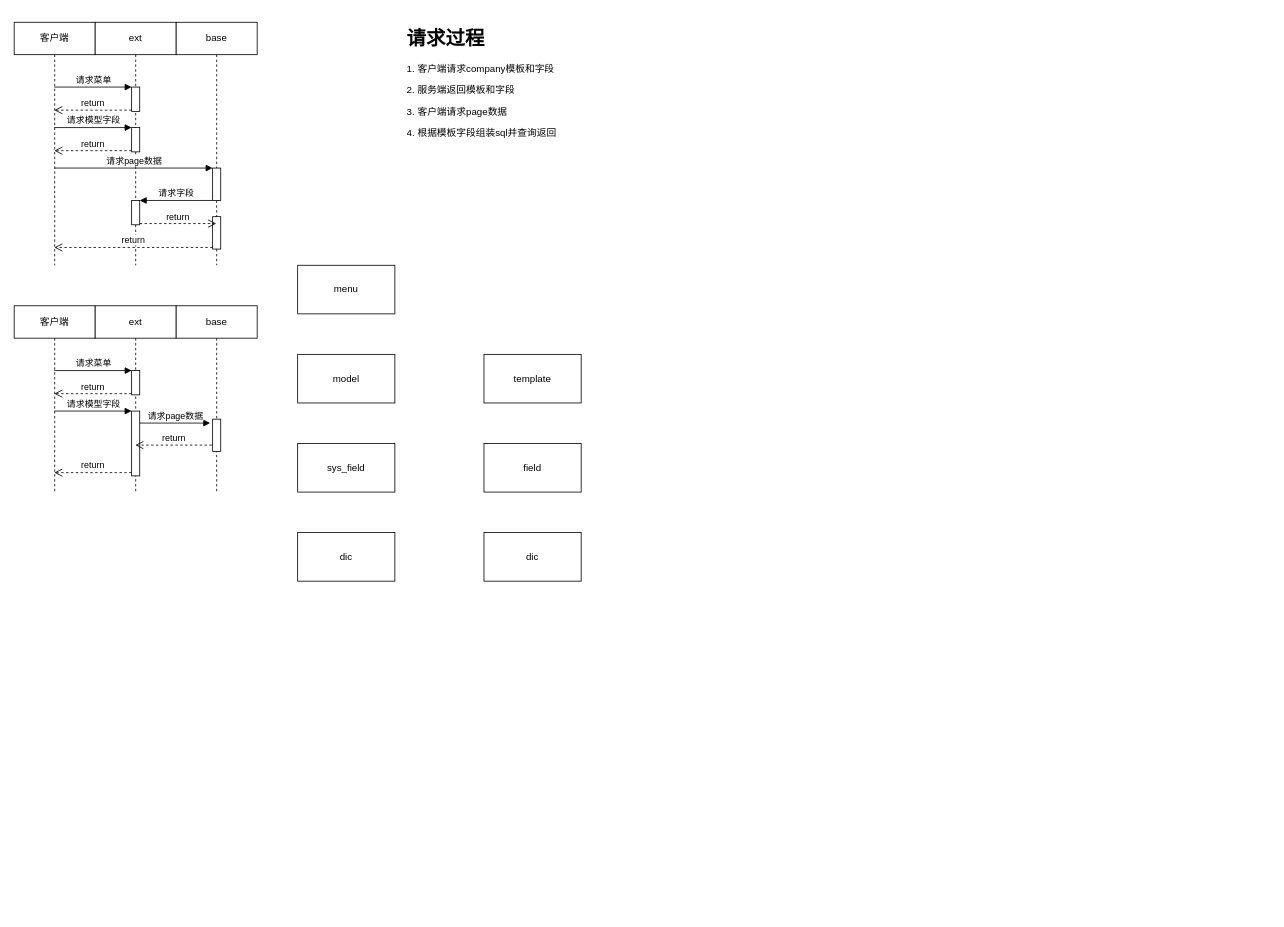
The draw.io diagram 自定义字段.drawio in lipeng260/drawio, before the edit. Source tidied: cells renumbered, new cells numbered last; positions are measured from the earlier drawing's top-left corner, leaving out a move shared by most shapes. Both pictures are drawn from the tidied source at 81%, with x=0, y=0 at pixel (14, 22).
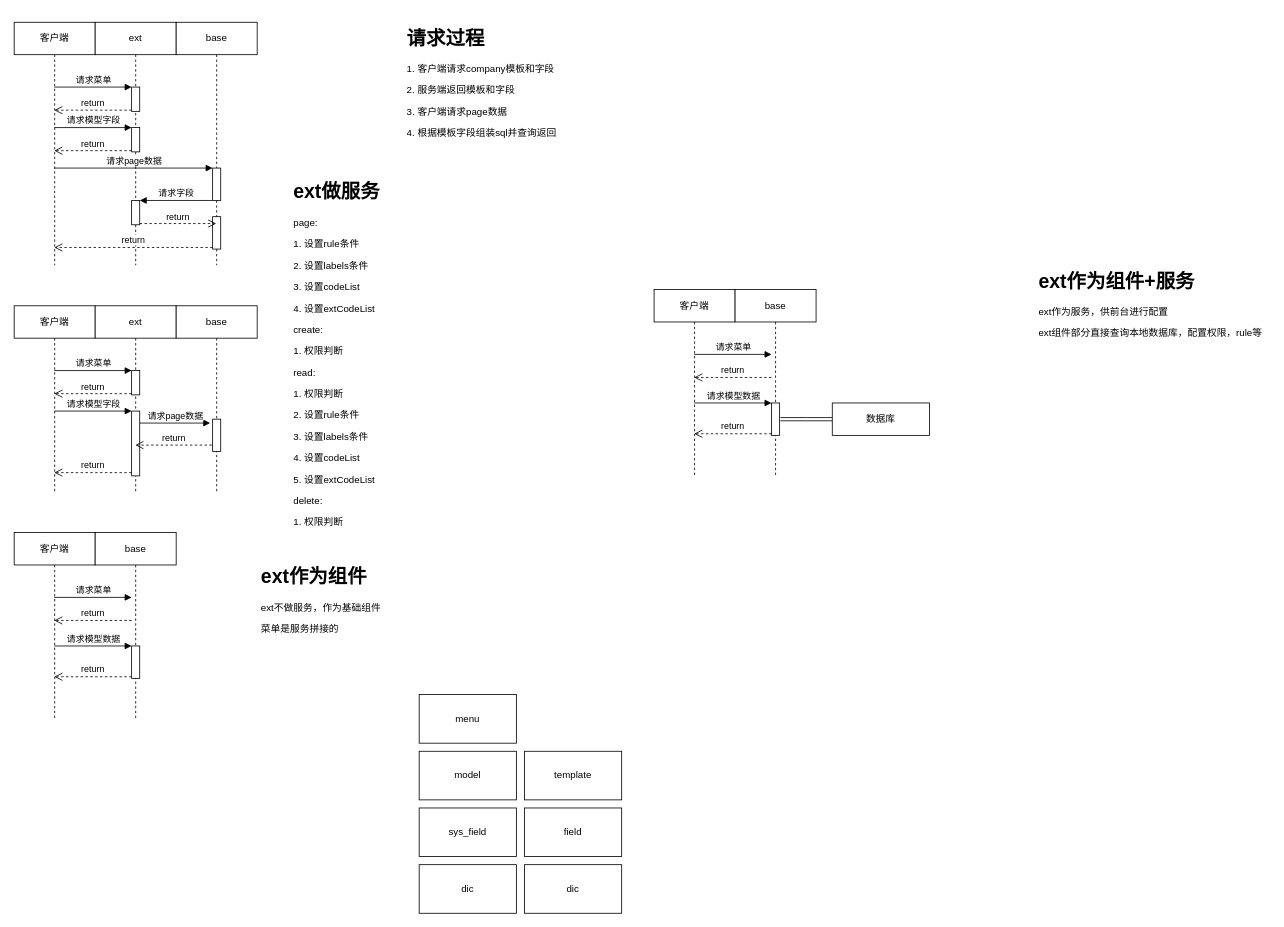
The same diagram, later.

Commit message:
更新自定义字段.drawio

The edit, as a diff of the source:
```diff
@@
     <mxCell id="2" value="model" style="rounded=0;whiteSpace=wrap;html=1;" parent="1" vertex="1">
-      <mxGeometry x="350" y="410" width="120" height="60" as="geometry" />
+      <mxGeometry x="500" y="900" width="120" height="60" as="geometry" />
     </mxCell>
     <mxCell id="3" value="template" style="rounded=0;whiteSpace=wrap;html=1;" parent="1" vertex="1">
-      <mxGeometry x="580" y="410" width="120" height="60" as="geometry" />
+      <mxGeometry x="630" y="900" width="120" height="60" as="geometry" />
     </mxCell>
     <mxCell id="4" value="sys_field" style="rounded=0;whiteSpace=wrap;html=1;" parent="1" vertex="1">
-      <mxGeometry x="350" y="520" width="120" height="60" as="geometry" />
+      <mxGeometry x="500" y="970" width="120" height="60" as="geometry" />
     </mxCell>
     <mxCell id="5" value="field" style="rounded=0;whiteSpace=wrap;html=1;" parent="1" vertex="1">
-      <mxGeometry x="580" y="520" width="120" height="60" as="geometry" />
+      <mxGeometry x="630" y="970" width="120" height="60" as="geometry" />
     </mxCell>
     <mxCell id="6" value="dic" style="rounded=0;whiteSpace=wrap;html=1;" parent="1" vertex="1">
-      <mxGeometry x="350" y="630" width="120" height="60" as="geometry" />
+      <mxGeometry x="500" y="1040" width="120" height="60" as="geometry" />
     </mxCell>
@@
     <mxCell id="8" value="menu" style="rounded=0;whiteSpace=wrap;html=1;" parent="1" vertex="1">
-      <mxGeometry x="350" y="300" width="120" height="60" as="geometry" />
+      <mxGeometry x="500" y="830" width="120" height="60" as="geometry" />
     </mxCell>
     <mxCell id="9" value="dic" style="rounded=0;whiteSpace=wrap;html=1;" parent="1" vertex="1">
-      <mxGeometry x="580" y="630" width="120" height="60" as="geometry" />
+      <mxGeometry x="630" y="1040" width="120" height="60" as="geometry" />
     </mxCell>
@@
+    <mxCell id="38" value="客户端" style="shape=umlLifeline;perimeter=lifelinePerimeter;whiteSpace=wrap;html=1;outlineConnect=0;" parent="1" vertex="1">
+      <mxGeometry y="630" width="100" height="230" as="geometry" />
+    </mxCell>
+    <mxCell id="39" value="base" style="shape=umlLifeline;perimeter=lifelinePerimeter;whiteSpace=wrap;html=1;" parent="1" vertex="1">
+      <mxGeometry x="100" y="630" width="100" height="230" as="geometry" />
+    </mxCell>
+    <mxCell id="40" style="html=1;points=[];perimeter=orthogonalPerimeter;" parent="39" vertex="1">
+      <mxGeometry x="45" y="140" width="10" height="40" as="geometry" />
+    </mxCell>
+    <mxCell id="41" value="请求菜单" style="html=1;verticalAlign=bottom;endArrow=block;entryX=0;entryY=0;" parent="1" edge="1" source="38">
+      <mxGeometry relative="1" as="geometry">
+        <mxPoint x="145" y="710" as="targetPoint" />
+      </mxGeometry>
+    </mxCell>
+    <mxCell id="42" value="return" style="html=1;verticalAlign=bottom;endArrow=open;dashed=1;endSize=8;exitX=0;exitY=0.95;" parent="1" edge="1" target="38">
+      <mxGeometry relative="1" as="geometry">
+        <mxPoint x="145" y="738.5" as="sourcePoint" />
+      </mxGeometry>
+    </mxCell>
+    <mxCell id="43" value="请求模型数据" style="html=1;verticalAlign=bottom;endArrow=block;entryX=0;entryY=0;" parent="1" edge="1" source="38" target="40">
+      <mxGeometry relative="1" as="geometry" />
+    </mxCell>
+    <mxCell id="44" value="return" style="html=1;verticalAlign=bottom;endArrow=open;dashed=1;endSize=8;exitX=0;exitY=0.95;" parent="1" edge="1" source="40" target="38">
+      <mxGeometry relative="1" as="geometry" />
+    </mxCell>
+    <mxCell id="45" value="&lt;h1&gt;ext作为组件&lt;/h1&gt;&lt;p&gt;ext不做服务，作为基础组件&lt;/p&gt;&lt;p&gt;菜单是服务拼接的&lt;/p&gt;" style="text;html=1;strokeColor=none;fillColor=none;spacing=5;spacingTop=-20;whiteSpace=wrap;overflow=hidden;rounded=0;" parent="1" vertex="1">
+      <mxGeometry x="300" y="665" width="190" height="160" as="geometry" />
+    </mxCell>
+    <mxCell id="46" value="&lt;h1&gt;ext做服务&lt;/h1&gt;&lt;p&gt;page:&lt;/p&gt;&lt;p&gt;1. 设置rule条件&lt;/p&gt;&lt;p&gt;2. 设置labels条件&lt;/p&gt;&lt;p&gt;3. 设置codeList&lt;/p&gt;&lt;p&gt;4. 设置extCodeList&lt;/p&gt;&lt;p&gt;create:&lt;/p&gt;&lt;p&gt;1. 权限判断&lt;/p&gt;&lt;p&gt;read:&lt;/p&gt;&lt;p&gt;1. 权限判断&lt;/p&gt;&lt;p&gt;2. 设置rule条件&lt;/p&gt;&lt;p&gt;3. 设置labels条件&lt;/p&gt;&lt;p&gt;4. 设置codeList&lt;/p&gt;&lt;p&gt;5. 设置extCodeList&lt;/p&gt;&lt;p&gt;delete:&lt;/p&gt;&lt;p&gt;1. 权限判断&lt;/p&gt;" style="text;html=1;strokeColor=none;fillColor=none;spacing=5;spacingTop=-20;whiteSpace=wrap;overflow=hidden;rounded=0;" parent="1" vertex="1">
+      <mxGeometry x="340" y="190" width="190" height="450" as="geometry" />
+    </mxCell>
+    <mxCell id="47" value="客户端" style="shape=umlLifeline;perimeter=lifelinePerimeter;whiteSpace=wrap;html=1;outlineConnect=0;" parent="1" vertex="1">
+      <mxGeometry x="790" y="330" width="100" height="230" as="geometry" />
+    </mxCell>
+    <mxCell id="48" value="base" style="shape=umlLifeline;perimeter=lifelinePerimeter;whiteSpace=wrap;html=1;" parent="1" vertex="1">
+      <mxGeometry x="890" y="330" width="100" height="230" as="geometry" />
+    </mxCell>
+    <mxCell id="49" style="html=1;points=[];perimeter=orthogonalPerimeter;" parent="48" vertex="1">
+      <mxGeometry x="45" y="140" width="10" height="40" as="geometry" />
+    </mxCell>
+    <mxCell id="50" value="请求菜单" style="html=1;verticalAlign=bottom;endArrow=block;entryX=0;entryY=0;" parent="1" edge="1" source="47">
+      <mxGeometry relative="1" as="geometry">
+        <mxPoint x="935" y="410" as="targetPoint" />
+      </mxGeometry>
+    </mxCell>
+    <mxCell id="51" value="return" style="html=1;verticalAlign=bottom;endArrow=open;dashed=1;endSize=8;exitX=0;exitY=0.95;" parent="1" edge="1" target="47">
+      <mxGeometry relative="1" as="geometry">
+        <mxPoint x="935" y="438.5" as="sourcePoint" />
+      </mxGeometry>
+    </mxCell>
+    <mxCell id="52" value="请求模型数据" style="html=1;verticalAlign=bottom;endArrow=block;entryX=0;entryY=0;" parent="1" edge="1" source="47" target="49">
+      <mxGeometry relative="1" as="geometry" />
+    </mxCell>
+    <mxCell id="53" value="return" style="html=1;verticalAlign=bottom;endArrow=open;dashed=1;endSize=8;exitX=0;exitY=0.95;" parent="1" edge="1" source="49" target="47">
+      <mxGeometry relative="1" as="geometry" />
+    </mxCell>
+    <mxCell id="54" value="&lt;h1&gt;ext作为组件+服务&lt;/h1&gt;&lt;p&gt;ext作为服务，供前台进行配置&lt;/p&gt;&lt;p&gt;ext组件部分直接查询本地数据库，配置权限，rule等&lt;/p&gt;" style="text;html=1;strokeColor=none;fillColor=none;spacing=5;spacingTop=-20;whiteSpace=wrap;overflow=hidden;rounded=0;" parent="1" vertex="1">
+      <mxGeometry x="1260" y="300" width="290" height="160" as="geometry" />
+    </mxCell>
+    <mxCell id="55" style="edgeStyle=orthogonalEdgeStyle;rounded=0;jettySize=auto;html=1;shape=link;exitX=0;exitY=0.5;exitDx=0;exitDy=0;" parent="1" edge="1" source="56">
+      <mxGeometry relative="1" as="geometry">
+        <mxPoint x="946" y="490" as="targetPoint" />
+      </mxGeometry>
+    </mxCell>
+    <mxCell id="56" value="数据库" style="rounded=0;whiteSpace=wrap;html=1;" parent="1" vertex="1">
+      <mxGeometry x="1010" y="470" width="120" height="40" as="geometry" />
+    </mxCell>
```
